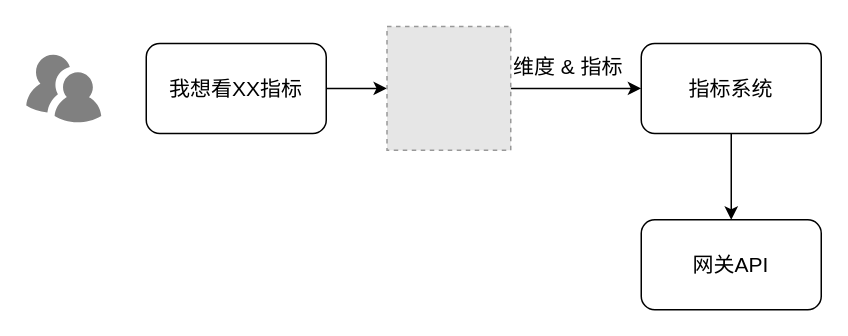
Earlier version of the draw.io diagram mt小V.drawio (mineminemine123/work-wiki). Source tidied: cells renumbered, new cells numbered last; positions are measured from the earlier drawing's top-left corner, leaving out a move shared by most shapes. Both pictures are drawn from the tidied source at 150%, with x=0, y=0 at pixel (26, 26). Pictures stored in the file or linked from it are replaced by grey dashed boxes.
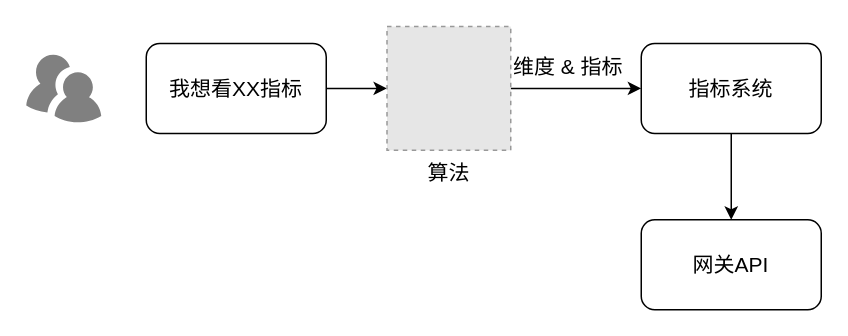
After the change.

Diff of the diagram source:
```diff
@@
 <mxGraphModel>
   <root>
     <mxCell id="0" />
     <mxCell id="1" parent="0" />
     <mxCell id="2" style="verticalLabelPosition=bottom;sketch=0;html=1;fillColor=#808080;strokeColor=none;verticalAlign=top;align=center;shape=mxgraph.cisco_safe.people_places_things_icons.icon9;fontSize=14;" parent="1" vertex="1">
       <mxGeometry y="19" width="50" height="45" as="geometry" />
     </mxCell>
     <mxCell id="3" style="edgeStyle=orthogonalEdgeStyle;rounded=0;jettySize=auto;html=1;exitX=1;exitY=0.5;exitDx=0;exitDy=0;entryX=0;entryY=0.5;entryDx=0;entryDy=0;strokeColor=#000000;strokeWidth=1;fontSize=14;fontColor=default;endArrow=classic;endFill=1;fillColor=#D79B00;" parent="1" edge="1" source="4" target="6">
       <mxGeometry relative="1" as="geometry" />
     </mxCell>
     <mxCell id="4" value="我想看XX指标" style="rounded=1;whiteSpace=wrap;html=1;strokeColor=default;fontSize=14;fillColor=default;" parent="1" vertex="1">
       <mxGeometry x="80" y="11.5" width="120" height="60" as="geometry" />
     </mxCell>
     <mxCell id="5" style="edgeStyle=orthogonalEdgeStyle;rounded=0;jettySize=auto;html=1;exitX=1;exitY=0.5;exitDx=0;exitDy=0;strokeColor=#000000;strokeWidth=1;fontSize=14;fontColor=default;endArrow=classic;endFill=1;fillColor=#D79B00;" parent="1" edge="1" source="6" target="8">
       <mxGeometry relative="1" as="geometry" />
     </mxCell>
     <mxCell id="6" style="fillColor=#E6E6E6;strokeColor=#999999;dashed=1;verticalLabelPosition=bottom;labelBackgroundColor=#808080;verticalAlign=top;fontColor=default;" parent="1" vertex="1">
       <mxGeometry x="240.5" y="0.2" width="82.5" height="82.5" as="geometry" />
     </mxCell>
     <mxCell id="7" style="edgeStyle=orthogonalEdgeStyle;rounded=0;jettySize=auto;html=1;exitX=0.5;exitY=1;exitDx=0;exitDy=0;entryX=0.5;entryY=0;entryDx=0;entryDy=0;strokeColor=#000000;strokeWidth=1;fontSize=14;fontColor=default;endArrow=classic;endFill=1;fillColor=#D79B00;" parent="1" edge="1" source="8" target="9">
       <mxGeometry relative="1" as="geometry" />
     </mxCell>
     <mxCell id="8" value="指标系统" style="rounded=1;whiteSpace=wrap;html=1;strokeColor=default;fontSize=14;fillColor=default;" parent="1" vertex="1">
       <mxGeometry x="410" y="11.5" width="120" height="60" as="geometry" />
     </mxCell>
     <mxCell id="9" value="网关API" style="rounded=1;whiteSpace=wrap;html=1;strokeColor=default;fontSize=14;fillColor=default;" parent="1" vertex="1">
       <mxGeometry x="410" y="129" width="120" height="60" as="geometry" />
     </mxCell>
     <mxCell id="10" value="维度 &amp;amp; 指标" style="text;html=1;strokeColor=none;fillColor=none;align=center;verticalAlign=middle;whiteSpace=wrap;rounded=0;fontSize=14;fontColor=default;" parent="1" vertex="1">
       <mxGeometry x="323" y="11.5" width="77" height="30" as="geometry" />
     </mxCell>
+    <mxCell id="11" value="算法" style="text;html=1;strokeColor=none;fillColor=none;align=center;verticalAlign=middle;whiteSpace=wrap;rounded=0;fontSize=14;fontColor=default;" parent="1" vertex="1">
+      <mxGeometry x="252" y="83" width="60" height="30" as="geometry" />
+    </mxCell>
   </root>
 </mxGraphModel>
```
